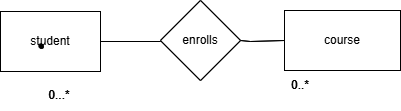
Codegnan-HYD/sql-app-06 keeps this draw.io diagram as ERD-Conceptual.png. Above is the earlier version. Source tidied: cells renumbered, new cells last; positions are measured from the earlier drawing's top-left corner, leaving out a move shared by most shapes. Its diagram source:
```xml
<mxGraphModel>
  <root>
    <mxCell id="0" />
    <mxCell id="1" parent="0" />
    <mxCell id="2" value="student" style="rounded=0;whiteSpace=wrap;html=1;" parent="1" vertex="1">
      <mxGeometry y="11" width="100" height="60" as="geometry" />
    </mxCell>
    <mxCell id="3" value="course" style="rounded=0;whiteSpace=wrap;html=1;" parent="1" vertex="1">
      <mxGeometry x="284" y="10" width="116" height="60" as="geometry" />
    </mxCell>
    <mxCell id="4" style="shape=(stored shape, 640 characters);lineShape=1;strokeColor=default;" parent="1" vertex="1">
      <mxGeometry x="38.3" y="43.3" width="4.7" height="4.7" as="geometry" />
    </mxCell>
    <mxCell id="5" value="enrolls" style="rhombus;whiteSpace=wrap;html=1;" parent="1" vertex="1">
      <mxGeometry x="160" width="80" height="80" as="geometry" />
    </mxCell>
    <mxCell id="6" style="endArrow=none;html=1;rounded=0;exitX=1;exitY=0.5;exitDx=0;exitDy=0;" parent="1" edge="1" source="2">
      <mxGeometry relative="1" as="geometry">
        <mxPoint x="160" y="41" as="targetPoint" />
      </mxGeometry>
    </mxCell>
    <mxCell id="7" style="endArrow=none;html=1;rounded=0;entryX=0;entryY=0.5;entryDx=0;entryDy=0;" parent="1" edge="1" target="3">
      <mxGeometry relative="1" as="geometry">
        <mxPoint x="240" y="40" as="sourcePoint" />
        <Array as="points">
          <mxPoint x="250" y="41" />
        </Array>
      </mxGeometry>
    </mxCell>
    <mxCell id="8" value="0...*" style="text;html=1;whiteSpace=wrap;strokeColor=none;fillColor=none;align=center;verticalAlign=middle;rounded=0;" parent="1" vertex="1">
      <mxGeometry x="29" y="80" width="60" height="30" as="geometry" />
    </mxCell>
    <mxCell id="9" value="0..*" style="text;html=1;whiteSpace=wrap;strokeColor=none;fillColor=none;align=center;verticalAlign=middle;rounded=0;" parent="1" vertex="1">
      <mxGeometry x="270" y="70" width="60" height="30" as="geometry" />
    </mxCell>
    <mxCell id="10" value="student" style="rounded=0;whiteSpace=wrap;html=1;" parent="1" vertex="1">
      <mxGeometry y="11" width="100" height="60" as="geometry" />
    </mxCell>
    <mxCell id="11" style="shape=(stored shape, 640 characters);lineShape=1;strokeColor=default;" parent="1" vertex="1">
      <mxGeometry x="38.3" y="43.3" width="4.7" height="4.7" as="geometry" />
    </mxCell>
    <mxCell id="12" value="enrolls" style="rhombus;whiteSpace=wrap;html=1;" parent="1" vertex="1">
      <mxGeometry x="160" width="80" height="80" as="geometry" />
    </mxCell>
    <mxCell id="13" style="endArrow=none;html=1;rounded=0;exitX=1;exitY=0.5;exitDx=0;exitDy=0;" parent="1" edge="1" source="10">
      <mxGeometry relative="1" as="geometry">
        <mxPoint x="160" y="41" as="targetPoint" />
      </mxGeometry>
    </mxCell>
    <mxCell id="14" style="endArrow=none;html=1;rounded=0;entryX=0;entryY=0.5;entryDx=0;entryDy=0;" parent="1" edge="1">
      <mxGeometry relative="1" as="geometry">
        <mxPoint x="240" y="40" as="sourcePoint" />
        <mxPoint x="284" y="40" as="targetPoint" />
        <Array as="points">
          <mxPoint x="250" y="41" />
        </Array>
      </mxGeometry>
    </mxCell>
    <mxCell id="15" value="0...*" style="text;html=1;whiteSpace=wrap;strokeColor=none;fillColor=none;align=center;verticalAlign=middle;rounded=0;" parent="1" vertex="1">
      <mxGeometry x="29" y="80" width="60" height="30" as="geometry" />
    </mxCell>
    <mxCell id="16" value="0..*" style="text;html=1;whiteSpace=wrap;strokeColor=none;fillColor=none;align=center;verticalAlign=middle;rounded=0;" parent="1" vertex="1">
      <mxGeometry x="270" y="70" width="60" height="30" as="geometry" />
    </mxCell>
  </root>
</mxGraphModel>
```
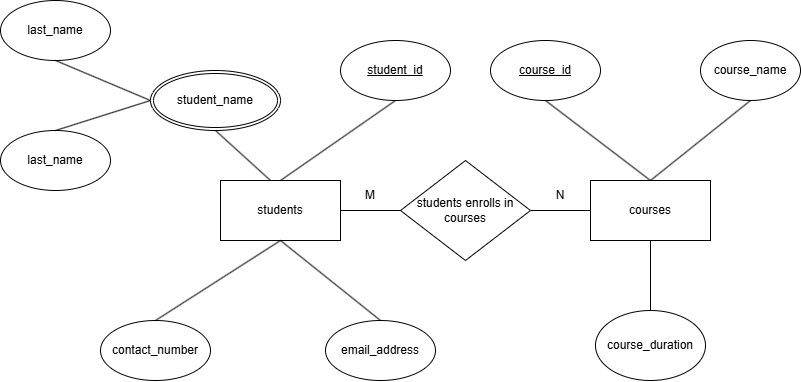
The same diagram one commit later.

Diff of the diagram source:
```diff
@@ -1,66 +1,89 @@
-<mxGraphModel>
+<mxGraphModel background="light-dark(#FFFFFF,#0000FF)">
   <root>
     <mxCell id="0" />
     <mxCell id="1" parent="0" />
-    <mxCell id="2" value="student" style="rounded=0;whiteSpace=wrap;html=1;" parent="1" vertex="1">
-      <mxGeometry y="11" width="100" height="60" as="geometry" />
-    </mxCell>
-    <mxCell id="3" value="course" style="rounded=0;whiteSpace=wrap;html=1;" parent="1" vertex="1">
-      <mxGeometry x="284" y="10" width="116" height="60" as="geometry" />
-    </mxCell>
-    <mxCell id="4" style="shape=(stored shape, 640 characters);lineShape=1;strokeColor=default;" parent="1" vertex="1">
-      <mxGeometry x="38.3" y="43.3" width="4.7" height="4.7" as="geometry" />
-    </mxCell>
-    <mxCell id="5" value="enrolls" style="rhombus;whiteSpace=wrap;html=1;" parent="1" vertex="1">
-      <mxGeometry x="160" width="80" height="80" as="geometry" />
-    </mxCell>
-    <mxCell id="6" style="endArrow=none;html=1;rounded=0;exitX=1;exitY=0.5;exitDx=0;exitDy=0;" parent="1" edge="1" source="2">
-      <mxGeometry relative="1" as="geometry">
-        <mxPoint x="160" y="41" as="targetPoint" />
-      </mxGeometry>
-    </mxCell>
-    <mxCell id="7" style="endArrow=none;html=1;rounded=0;entryX=0;entryY=0.5;entryDx=0;entryDy=0;" parent="1" edge="1" target="3">
-      <mxGeometry relative="1" as="geometry">
-        <mxPoint x="240" y="40" as="sourcePoint" />
-        <Array as="points">
-          <mxPoint x="250" y="41" />
-        </Array>
-      </mxGeometry>
-    </mxCell>
-    <mxCell id="8" value="0...*" style="text;html=1;whiteSpace=wrap;strokeColor=none;fillColor=none;align=center;verticalAlign=middle;rounded=0;" parent="1" vertex="1">
-      <mxGeometry x="29" y="80" width="60" height="30" as="geometry" />
-    </mxCell>
-    <mxCell id="9" value="0..*" style="text;html=1;whiteSpace=wrap;strokeColor=none;fillColor=none;align=center;verticalAlign=middle;rounded=0;" parent="1" vertex="1">
-      <mxGeometry x="270" y="70" width="60" height="30" as="geometry" />
-    </mxCell>
-    <mxCell id="10" value="student" style="rounded=0;whiteSpace=wrap;html=1;" parent="1" vertex="1">
-      <mxGeometry y="11" width="100" height="60" as="geometry" />
-    </mxCell>
-    <mxCell id="11" style="shape=(stored shape, 640 characters);lineShape=1;strokeColor=default;" parent="1" vertex="1">
-      <mxGeometry x="38.3" y="43.3" width="4.7" height="4.7" as="geometry" />
-    </mxCell>
-    <mxCell id="12" value="enrolls" style="rhombus;whiteSpace=wrap;html=1;" parent="1" vertex="1">
-      <mxGeometry x="160" width="80" height="80" as="geometry" />
-    </mxCell>
-    <mxCell id="13" style="endArrow=none;html=1;rounded=0;exitX=1;exitY=0.5;exitDx=0;exitDy=0;" parent="1" edge="1" source="10">
-      <mxGeometry relative="1" as="geometry">
-        <mxPoint x="160" y="41" as="targetPoint" />
-      </mxGeometry>
-    </mxCell>
-    <mxCell id="14" style="endArrow=none;html=1;rounded=0;entryX=0;entryY=0.5;entryDx=0;entryDy=0;" parent="1" edge="1">
-      <mxGeometry relative="1" as="geometry">
-        <mxPoint x="240" y="40" as="sourcePoint" />
-        <mxPoint x="284" y="40" as="targetPoint" />
-        <Array as="points">
-          <mxPoint x="250" y="41" />
-        </Array>
-      </mxGeometry>
-    </mxCell>
-    <mxCell id="15" value="0...*" style="text;html=1;whiteSpace=wrap;strokeColor=none;fillColor=none;align=center;verticalAlign=middle;rounded=0;" parent="1" vertex="1">
-      <mxGeometry x="29" y="80" width="60" height="30" as="geometry" />
-    </mxCell>
-    <mxCell id="16" value="0..*" style="text;html=1;whiteSpace=wrap;strokeColor=none;fillColor=none;align=center;verticalAlign=middle;rounded=0;" parent="1" vertex="1">
-      <mxGeometry x="270" y="70" width="60" height="30" as="geometry" />
-    </mxCell>
+    <mxCell id="17" value="courses" style="rounded=0;whiteSpace=wrap;html=1;" parent="1" vertex="1">
+      <mxGeometry x="450" y="-10" width="120" height="60" as="geometry" />
+    </mxCell>
+    <mxCell id="18" value="students" style="rounded=0;whiteSpace=wrap;html=1;" parent="1" vertex="1">
+      <mxGeometry x="80" y="-10" width="120" height="60" as="geometry" />
+    </mxCell>
+    <mxCell id="19" value="students enrolls in courses" style="rhombus;whiteSpace=wrap;html=1;" parent="1" vertex="1">
+      <mxGeometry x="260" y="-30" width="130" height="100" as="geometry" />
+    </mxCell>
+    <mxCell id="20" style="endArrow=none;html=1;rounded=0;exitX=1;exitY=0.5;exitDx=0;exitDy=0;entryX=0;entryY=0.5;entryDx=0;entryDy=0;" parent="1" edge="1" source="19" target="17">
+      <mxGeometry relative="1" as="geometry" />
+    </mxCell>
+    <mxCell id="21" style="endArrow=none;html=1;rounded=0;" parent="1" edge="1" source="18">
+      <mxGeometry relative="1" as="geometry">
+        <mxPoint x="260" y="20" as="targetPoint" />
+      </mxGeometry>
+    </mxCell>
+    <mxCell id="22" value="&lt;u&gt;student_id&lt;/u&gt;" style="ellipse;whiteSpace=wrap;html=1;" parent="1" vertex="1">
+      <mxGeometry x="200" y="-150" width="110" height="60" as="geometry" />
+    </mxCell>
+    <mxCell id="23" value="&lt;u&gt;course_id&lt;/u&gt;" style="ellipse;whiteSpace=wrap;html=1;" parent="1" vertex="1">
+      <mxGeometry x="350" y="-150" width="110" height="60" as="geometry" />
+    </mxCell>
+    <mxCell id="24" value="course_name" style="ellipse;whiteSpace=wrap;html=1;" parent="1" vertex="1">
+      <mxGeometry x="560" y="-150" width="100" height="60" as="geometry" />
+    </mxCell>
+    <mxCell id="25" value="email_address" style="ellipse;whiteSpace=wrap;html=1;" parent="1" vertex="1">
+      <mxGeometry x="185" y="130" width="110" height="60" as="geometry" />
+    </mxCell>
+    <mxCell id="26" value="contact_number" style="ellipse;whiteSpace=wrap;html=1;" parent="1" vertex="1">
+      <mxGeometry x="-40" y="130" width="110" height="60" as="geometry" />
+    </mxCell>
+    <mxCell id="27" value="last_name" style="ellipse;whiteSpace=wrap;html=1;" parent="1" vertex="1">
+      <mxGeometry x="-140" y="-190" width="110" height="60" as="geometry" />
+    </mxCell>
+    <mxCell id="28" style="endArrow=none;html=1;rounded=0;exitX=0.5;exitY=0;exitDx=0;exitDy=0;entryX=0.5;entryY=1;entryDx=0;entryDy=0;" parent="1" edge="1" source="18" target="22">
+      <mxGeometry relative="1" as="geometry" />
+    </mxCell>
+    <mxCell id="29" style="endArrow=none;html=1;rounded=0;exitX=0.5;exitY=1;exitDx=0;exitDy=0;entryX=0;entryY=0.5;entryDx=0;entryDy=0;" parent="1" edge="1" source="27" target="41">
+      <mxGeometry relative="1" as="geometry" />
+    </mxCell>
+    <mxCell id="30" style="endArrow=none;html=1;rounded=0;exitX=0.5;exitY=0;exitDx=0;exitDy=0;entryX=0.5;entryY=1;entryDx=0;entryDy=0;" parent="1" edge="1" source="26" target="18">
+      <mxGeometry relative="1" as="geometry" />
+    </mxCell>
+    <mxCell id="31" style="endArrow=none;html=1;rounded=0;exitX=0.5;exitY=1;exitDx=0;exitDy=0;entryX=0.5;entryY=0;entryDx=0;entryDy=0;" parent="1" edge="1" source="18" target="25">
+      <mxGeometry relative="1" as="geometry" />
+    </mxCell>
+    <mxCell id="32" style="endArrow=none;html=1;rounded=0;exitX=0.5;exitY=0;exitDx=0;exitDy=0;entryX=0.5;entryY=1;entryDx=0;entryDy=0;" parent="1" edge="1" target="24">
+      <mxGeometry relative="1" as="geometry">
+        <mxPoint x="510" y="-10" as="sourcePoint" />
+      </mxGeometry>
+    </mxCell>
+    <mxCell id="33" style="endArrow=none;html=1;rounded=0;exitX=0.5;exitY=1;exitDx=0;exitDy=0;" parent="1" edge="1" source="23">
+      <mxGeometry relative="1" as="geometry">
+        <mxPoint x="510" y="-10" as="targetPoint" />
+      </mxGeometry>
+    </mxCell>
+    <mxCell id="34" value="course_duration" style="ellipse;whiteSpace=wrap;html=1;" parent="1" vertex="1">
+      <mxGeometry x="455" y="120" width="110" height="70" as="geometry" />
+    </mxCell>
+    <mxCell id="35" style="endArrow=none;html=1;rounded=0;exitX=0.5;exitY=0;exitDx=0;exitDy=0;entryX=0.5;entryY=1;entryDx=0;entryDy=0;" parent="1" edge="1" source="34" target="17">
+      <mxGeometry relative="1" as="geometry" />
+    </mxCell>
+    <mxCell id="36" value="M" style="text;html=1;whiteSpace=wrap;strokeColor=none;fillColor=none;align=center;verticalAlign=middle;rounded=0;" parent="1" vertex="1">
+      <mxGeometry x="200" y="-10" width="60" height="30" as="geometry" />
+    </mxCell>
+    <mxCell id="37" value="N" style="text;html=1;whiteSpace=wrap;strokeColor=none;fillColor=none;align=center;verticalAlign=middle;rounded=0;" parent="1" vertex="1">
+      <mxGeometry x="390" y="-10" width="60" height="30" as="geometry" />
+    </mxCell>
+    <mxCell id="38" value="last_name" style="ellipse;whiteSpace=wrap;html=1;" parent="1" vertex="1">
+      <mxGeometry x="-140" y="-60" width="110" height="60" as="geometry" />
+    </mxCell>
+    <mxCell id="39" style="endArrow=none;html=1;rounded=0;exitX=0.5;exitY=0;exitDx=0;exitDy=0;entryX=0;entryY=0.5;entryDx=0;entryDy=0;" parent="1" edge="1" source="38" target="41">
+      <mxGeometry relative="1" as="geometry" />
+    </mxCell>
+    <mxCell id="40" style="endArrow=none;html=1;rounded=0;entryX=0.5;entryY=1;entryDx=0;entryDy=0;" parent="1" edge="1" target="41">
+      <mxGeometry relative="1" as="geometry">
+        <mxPoint x="130" y="-10" as="sourcePoint" />
+      </mxGeometry>
+    </mxCell>
+    <mxCell id="41" value="student_name" style="ellipse;shape=doubleEllipse;margin=3;whiteSpace=wrap;html=1;align=center;" parent="1" vertex="1">
+      <mxGeometry x="10" y="-120" width="130" height="60" as="geometry" />
+    </mxCell>
   </root>
 </mxGraphModel>
```
